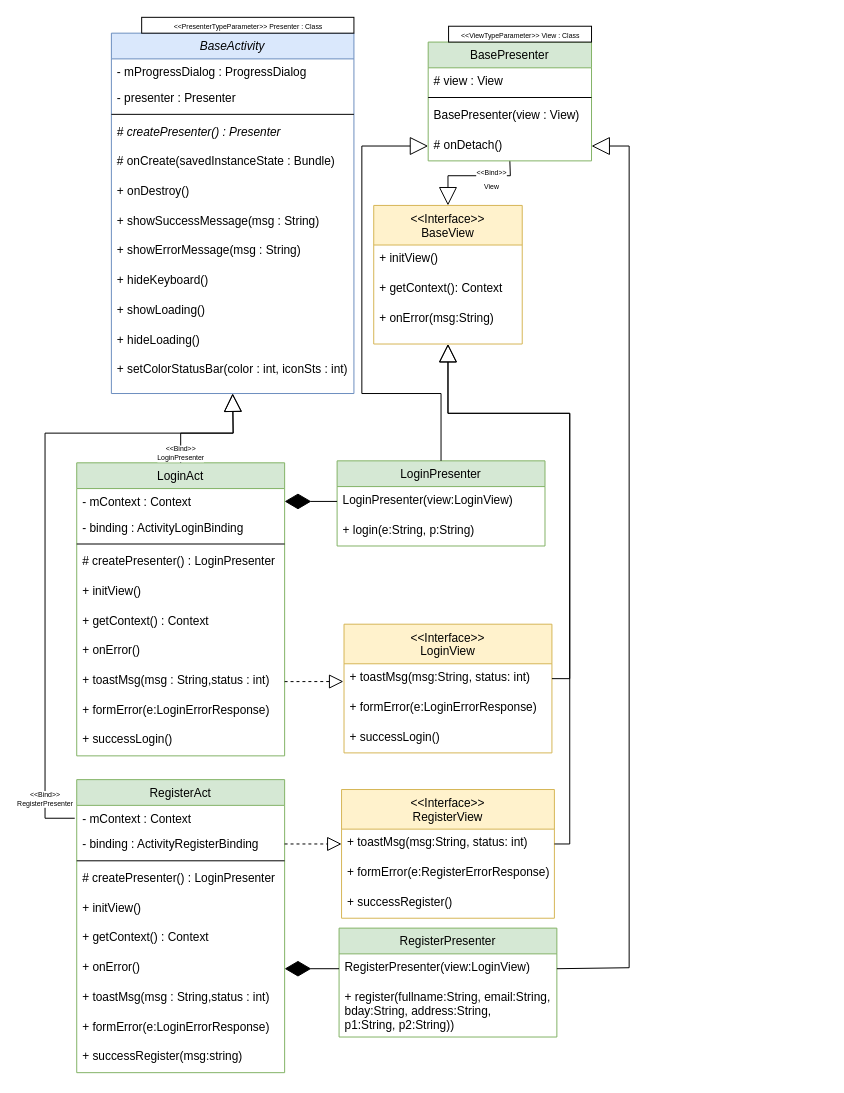
Above: page "Android Auth" (4 of 5) of documents/Class Diagram.drawio in codernewbie04/MyDoc (draw.io), before the change. Source tidied: cells renumbered, new cells numbered last; positions are measured from the earlier drawing's top-left corner, leaving out a move shared by most shapes. Both pictures are drawn from the tidied source at 99%, with x=0, y=0 at pixel (45, 17).
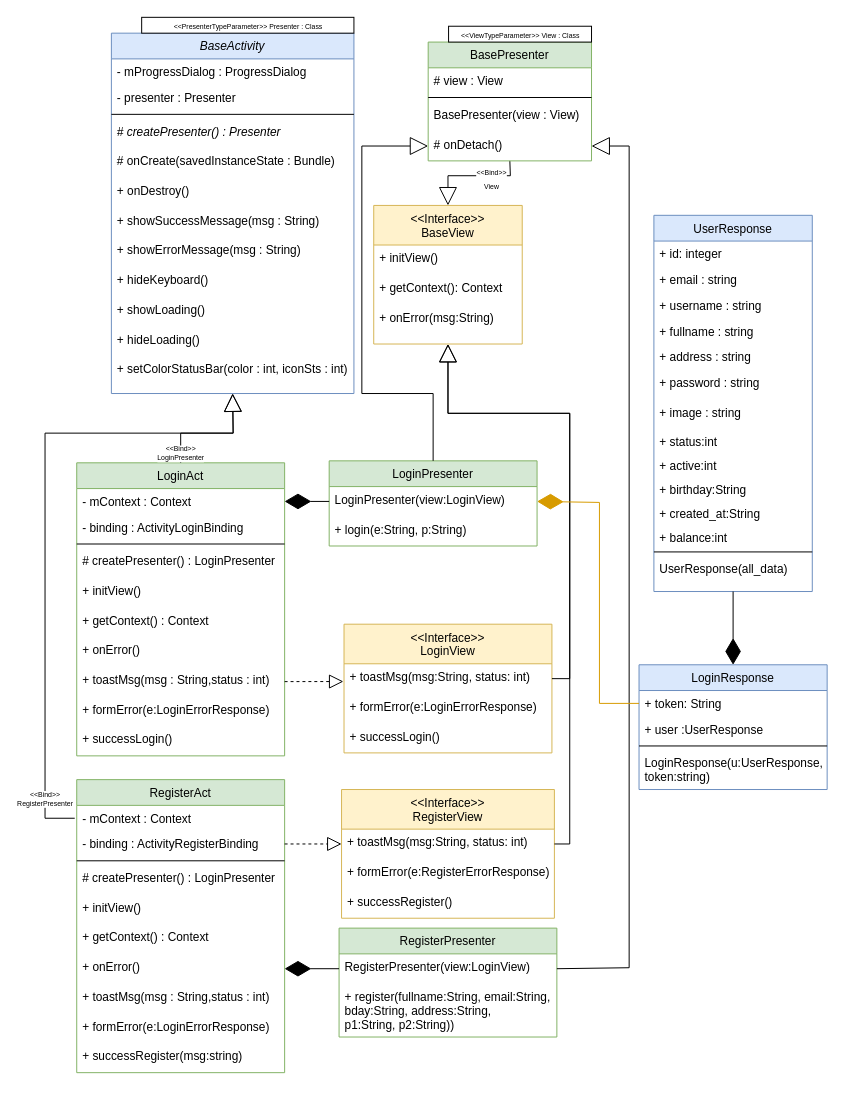
Above is the later version.

Unchanged cells that the change refers to:
```xml
<mxCell id="39" value="LoginPresenter(view:LoginView)" style="text;align=left;verticalAlign=top;spacingLeft=4;spacingRight=4;overflow=hidden;points=[[0,0.5],[1,0.5]];portConstraint=eastwest;rounded=0;shadow=0;html=0;fontStyle=0;" parent="38" vertex="1">
  <mxGeometry y="26" width="210" height="30" as="geometry" />
</mxCell>
<mxCell id="73" value="# onDetach()" style="text;align=left;verticalAlign=top;spacingLeft=4;spacingRight=4;overflow=hidden;points=[[0,0.5],[1,0.5]];portConstraint=eastwest;rounded=0;shadow=0;html=0;" parent="69" vertex="1">
  <mxGeometry y="90" width="165" height="30" as="geometry" />
</mxCell>
```

What changed in the source:
```diff
@@
     <mxCell id="38" value="LoginPresenter" style="swimlane;fontStyle=0;align=center;verticalAlign=top;horizontal=1;startSize=26;rounded=0;shadow=0;strokeWidth=1;fillColor=#d5e8d4;strokeColor=#82b366;" parent="1" vertex="1">
-      <mxGeometry x="295" y="448" width="210" height="86" as="geometry" />
+      <mxGeometry x="287" y="448" width="210" height="86" as="geometry" />
     </mxCell>
@@
     <mxCell id="67" value="&lt;font style=&quot;font-size: 7px;&quot;&gt;&lt;br&gt;&lt;/font&gt;" style="endArrow=block;endSize=16;endFill=0;html=1;rounded=0;fontFamily=Helvetica;fontSize=6;fontColor=default;exitX=0.5;exitY=0;exitDx=0;exitDy=0;entryX=0;entryY=0.5;entryDx=0;entryDy=0;" parent="1" edge="1" source="38" target="73">
       <mxGeometry x="-0.43" y="12" relative="1" as="geometry">
         <Array as="points">
-          <mxPoint x="400" y="380" />
+          <mxPoint x="392" y="380" />
           <mxPoint x="320" y="380" />
           <mxPoint x="320" y="130" />
         </Array>
       </mxGeometry>
     </mxCell>
@@
+    <mxCell id="76" value="UserResponse" style="swimlane;fontStyle=0;align=center;verticalAlign=top;horizontal=1;startSize=26;rounded=0;shadow=0;strokeWidth=1;fillColor=#dae8fc;strokeColor=#6c8ebf;" parent="1" vertex="1">
+      <mxGeometry x="615" y="200" width="160" height="380" as="geometry" />
+    </mxCell>
+    <mxCell id="77" value="+ id: integer" style="text;align=left;verticalAlign=top;spacingLeft=4;spacingRight=4;overflow=hidden;" parent="76" vertex="1">
+      <mxGeometry y="26" width="160" height="26" as="geometry" />
+    </mxCell>
+    <mxCell id="78" value="+ email : string" style="text;align=left;verticalAlign=top;spacingLeft=4;spacingRight=4;overflow=hidden;" parent="76" vertex="1">
+      <mxGeometry y="52" width="160" height="26" as="geometry" />
+    </mxCell>
+    <mxCell id="79" value="+ username : string" style="text;align=left;verticalAlign=top;spacingLeft=4;spacingRight=4;overflow=hidden;" parent="76" vertex="1">
+      <mxGeometry y="78" width="160" height="26" as="geometry" />
+    </mxCell>
+    <mxCell id="80" value="+ fullname : string" style="text;align=left;verticalAlign=top;spacingLeft=4;spacingRight=4;overflow=hidden;" parent="76" vertex="1">
+      <mxGeometry y="104" width="160" height="26" as="geometry" />
+    </mxCell>
+    <mxCell id="81" value="+ address : string" style="text;align=left;verticalAlign=top;spacingLeft=4;spacingRight=4;overflow=hidden;" parent="76" vertex="1">
+      <mxGeometry y="130" width="160" height="26" as="geometry" />
+    </mxCell>
+    <mxCell id="82" value="+ password : string" style="text;align=left;verticalAlign=top;spacingLeft=4;spacingRight=4;overflow=hidden;rounded=0;shadow=0;html=0;" parent="76" vertex="1">
+      <mxGeometry y="156" width="160" height="30" as="geometry" />
+    </mxCell>
+    <mxCell id="83" value="+ image : string" style="text;align=left;verticalAlign=top;spacingLeft=4;spacingRight=4;overflow=hidden;rounded=0;shadow=0;html=0;" parent="76" vertex="1">
+      <mxGeometry y="186" width="160" height="30" as="geometry" />
+    </mxCell>
+    <mxCell id="84" value="+ status:int" style="text;align=left;verticalAlign=top;spacingLeft=4;spacingRight=4;overflow=hidden;rounded=0;shadow=0;html=0;" parent="76" vertex="1">
+      <mxGeometry y="216" width="160" height="24" as="geometry" />
+    </mxCell>
+    <mxCell id="85" value="+ active:int" style="text;align=left;verticalAlign=top;spacingLeft=4;spacingRight=4;overflow=hidden;rounded=0;shadow=0;html=0;" parent="76" vertex="1">
+      <mxGeometry y="240" width="160" height="24" as="geometry" />
+    </mxCell>
+    <mxCell id="86" value="+ birthday:String" style="text;align=left;verticalAlign=top;spacingLeft=4;spacingRight=4;overflow=hidden;rounded=0;shadow=0;html=0;" parent="76" vertex="1">
+      <mxGeometry y="264" width="160" height="24" as="geometry" />
+    </mxCell>
+    <mxCell id="87" value="+ created_at:String" style="text;align=left;verticalAlign=top;spacingLeft=4;spacingRight=4;overflow=hidden;rounded=0;shadow=0;html=0;" parent="76" vertex="1">
+      <mxGeometry y="288" width="160" height="24" as="geometry" />
+    </mxCell>
+    <mxCell id="88" value="+ balance:int" style="text;align=left;verticalAlign=top;spacingLeft=4;spacingRight=4;overflow=hidden;rounded=0;shadow=0;html=0;" parent="76" vertex="1">
+      <mxGeometry y="312" width="160" height="24" as="geometry" />
+    </mxCell>
+    <mxCell id="89" style="line;html=1;strokeWidth=1;align=left;verticalAlign=middle;spacingTop=-1;spacingLeft=3;spacingRight=3;labelPosition=right;" parent="76" vertex="1">
+      <mxGeometry y="336" width="160" height="8" as="geometry" />
+    </mxCell>
+    <mxCell id="90" value="UserResponse(all_data)" style="text;align=left;verticalAlign=top;spacingLeft=4;spacingRight=4;overflow=hidden;rounded=0;shadow=0;html=0;" parent="76" vertex="1">
+      <mxGeometry y="344" width="160" height="30" as="geometry" />
+    </mxCell>
+    <mxCell id="91" value="LoginResponse" style="swimlane;fontStyle=0;align=center;verticalAlign=top;horizontal=1;startSize=26;rounded=0;shadow=0;strokeWidth=1;fillColor=#dae8fc;strokeColor=#6c8ebf;" parent="1" vertex="1">
+      <mxGeometry x="600" y="654" width="190" height="126" as="geometry" />
+    </mxCell>
+    <mxCell id="92" value="+ token: String" style="text;align=left;verticalAlign=top;spacingLeft=4;spacingRight=4;overflow=hidden;points=[[0,0.5],[1,0.5]];portConstraint=eastwest;" parent="91" vertex="1">
+      <mxGeometry y="26" width="190" height="26" as="geometry" />
+    </mxCell>
+    <mxCell id="93" value="+ user :UserResponse" style="text;align=left;verticalAlign=top;spacingLeft=4;spacingRight=4;overflow=hidden;" parent="91" vertex="1">
+      <mxGeometry y="52" width="190" height="26" as="geometry" />
+    </mxCell>
+    <mxCell id="94" style="line;html=1;strokeWidth=1;align=left;verticalAlign=middle;spacingTop=-1;spacingLeft=3;spacingRight=3;labelPosition=right;" parent="91" vertex="1">
+      <mxGeometry y="78" width="190" height="8" as="geometry" />
+    </mxCell>
+    <mxCell id="95" value="LoginResponse(u:UserResponse, &#10;token:string)" style="text;align=left;verticalAlign=top;spacingLeft=4;spacingRight=4;overflow=hidden;rounded=0;shadow=0;html=0;" parent="91" vertex="1">
+      <mxGeometry y="86" width="190" height="30" as="geometry" />
+    </mxCell>
+    <mxCell id="96" style="endArrow=diamondThin;endFill=1;endSize=24;html=1;rounded=0;exitX=0.5;exitY=1;exitDx=0;exitDy=0;" parent="1" edge="1" source="76" target="91">
+      <mxGeometry relative="1" as="geometry" />
+    </mxCell>
+    <mxCell id="97" style="endArrow=diamondThin;endFill=1;endSize=24;html=1;rounded=0;exitX=0;exitY=0.5;exitDx=0;exitDy=0;entryX=1;entryY=0.5;entryDx=0;entryDy=0;fillColor=#ffe6cc;strokeColor=#d79b00;" parent="1" edge="1" source="92" target="39">
+      <mxGeometry relative="1" as="geometry">
+        <Array as="points">
+          <mxPoint x="560" y="693" />
+          <mxPoint x="560" y="490" />
+        </Array>
+      </mxGeometry>
+    </mxCell>
```
